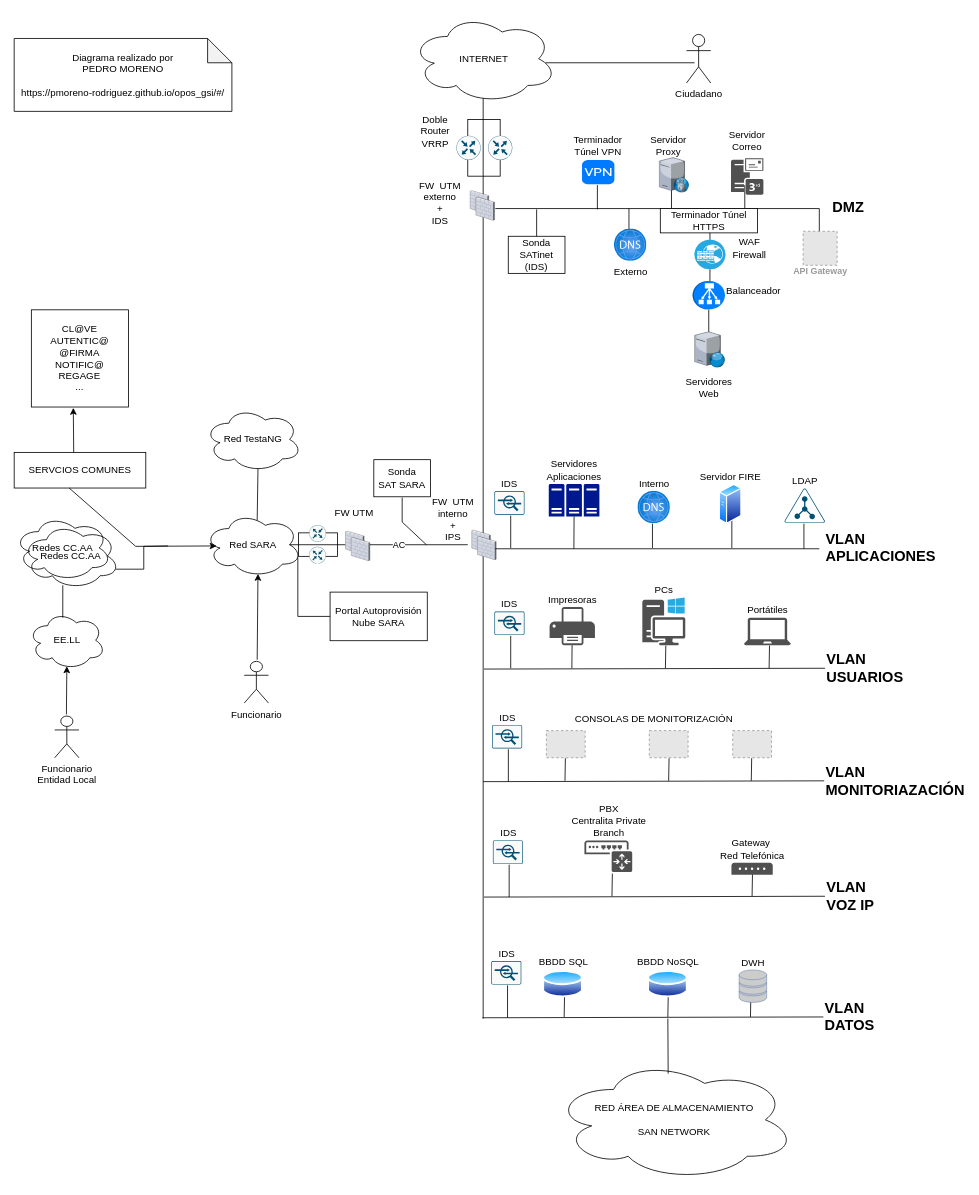
The draw.io diagram docs/diagramas/Diagrama-red-ampliado.drawio in pmoreno-rodriguez/opos_gsi, before the edit. Source tidied: cells renumbered, new cells numbered last; positions are measured from the earlier drawing's top-left corner, leaving out a move shared by most shapes. Both pictures are drawn from the tidied source at 81%, with x=0, y=0 at pixel (14, 14). Pictures stored in the file or linked from it are replaced by grey dashed boxes.
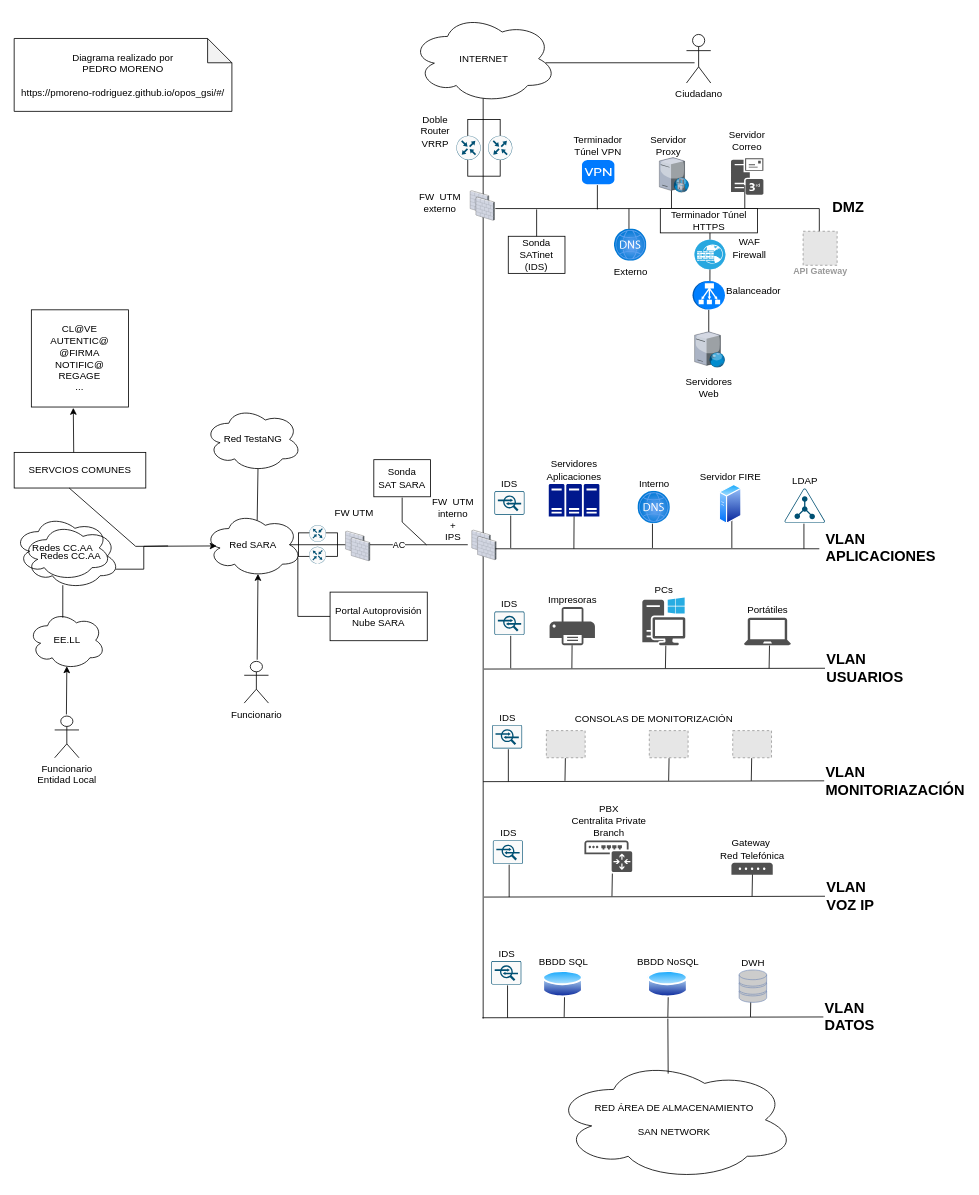
The same page after the edit.

Diff of the diagram source:
```diff
@@
-    <mxCell id="16" value="FW&amp;nbsp; UTM&lt;div&gt;externo&lt;/div&gt;&lt;div&gt;+&lt;/div&gt;&lt;div&gt;IDS&lt;/div&gt;" style="text;html=1;align=center;verticalAlign=middle;whiteSpace=wrap;rounded=0;" parent="1" vertex="1">
+    <mxCell id="16" value="FW&amp;nbsp; UTM&lt;div&gt;externo&lt;/div&gt;" style="text;html=1;align=center;verticalAlign=middle;whiteSpace=wrap;rounded=0;" parent="1" vertex="1">
       <mxGeometry x="496" y="218" width="60" height="30" as="geometry" />
     </mxCell>
```
